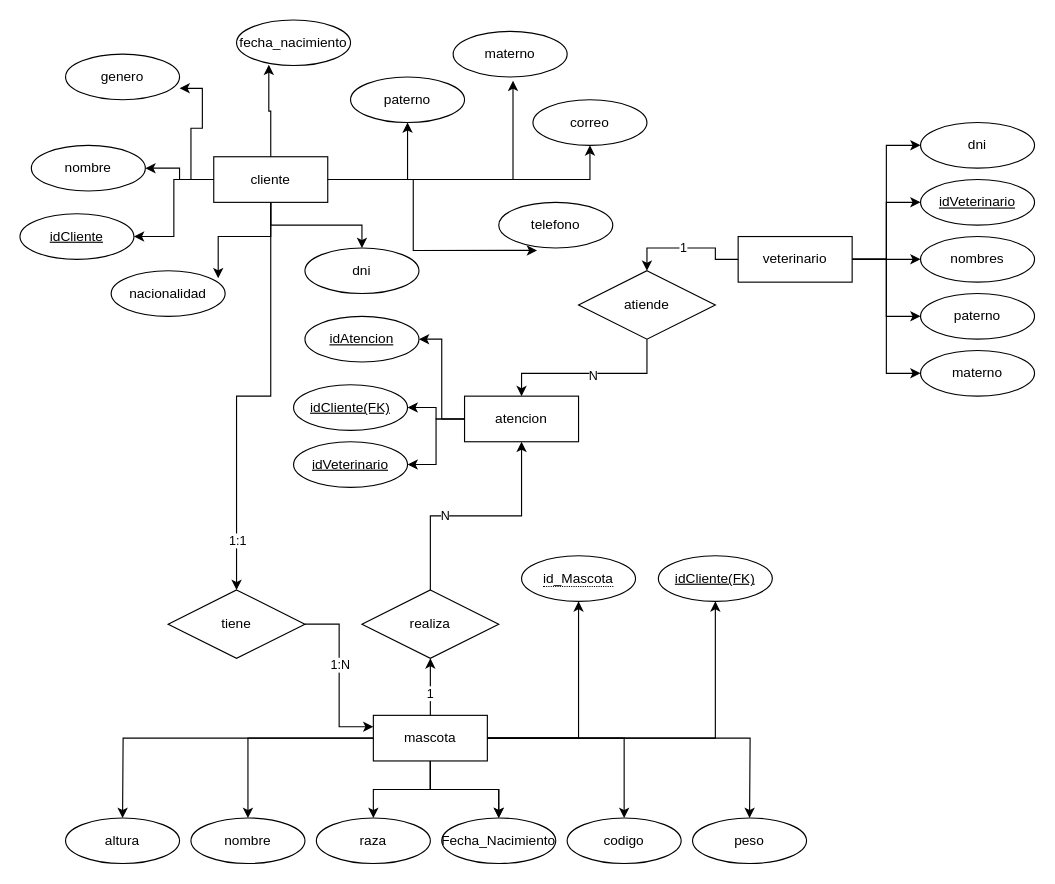
Before: diagrama.drawio in jhosue-pstr/diagrama-Bd, a draw.io diagram. Source tidied: cells renumbered, new cells numbered last; positions are measured from the earlier drawing's top-left corner, leaving out a move shared by most shapes. Both pictures are drawn from the tidied source at 114%, with x=0, y=0 at pixel (19, 19).
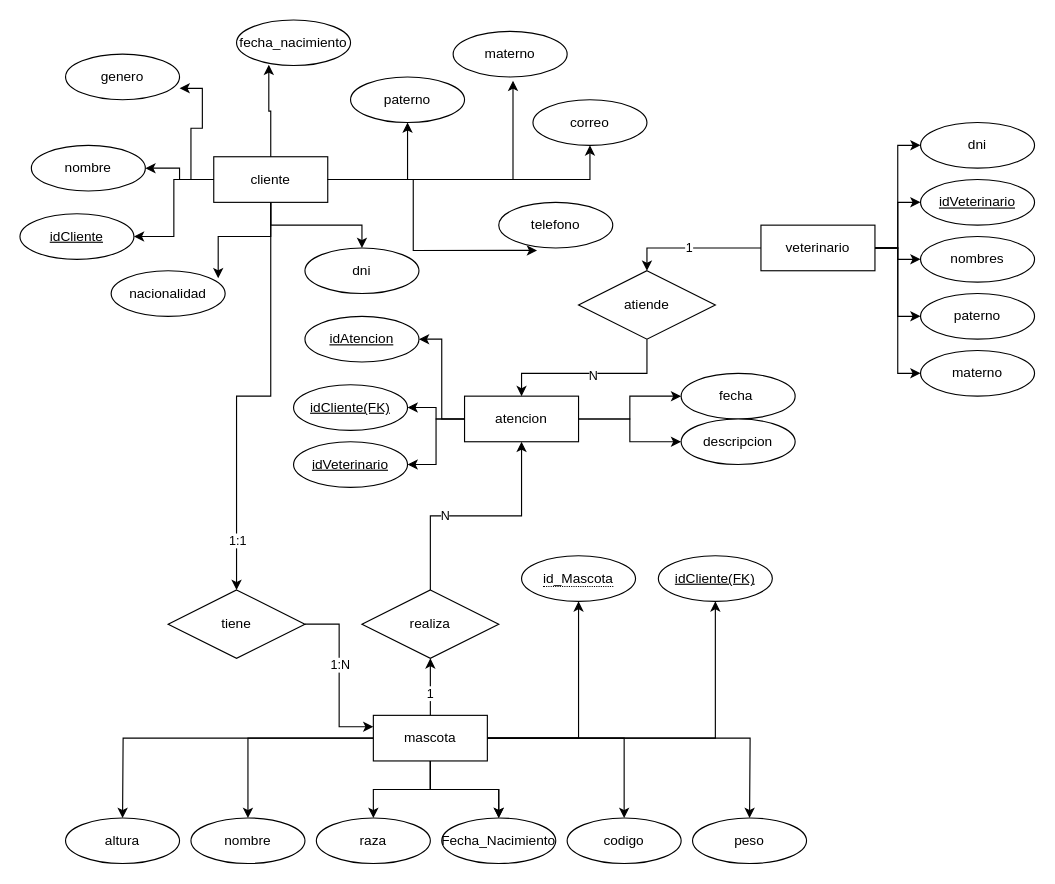
After the change.

The change refers to these unchanged cells:
```xml
<mxCell id="64" value="atencion" style="whiteSpace=wrap;html=1;align=center;" parent="1" vertex="1">
  <mxGeometry x="390" y="330" width="100" height="40" as="geometry" />
</mxCell>
```

What changed in the source:
```diff
@@
     <mxCell id="55" value="veterinario" style="whiteSpace=wrap;html=1;align=center;" parent="1" vertex="1">
-      <mxGeometry x="630" y="190" width="100" height="40" as="geometry" />
+      <mxGeometry x="650" y="180" width="100" height="40" as="geometry" />
     </mxCell>
@@
+    <mxCell id="74" style="edgeStyle=orthogonalEdgeStyle;rounded=0;jettySize=auto;html=1;entryX=0;entryY=0.5;entryDx=0;entryDy=0;" parent="1" edge="1" source="64" target="76">
+      <mxGeometry relative="1" as="geometry" />
+    </mxCell>
+    <mxCell id="75" style="edgeStyle=orthogonalEdgeStyle;rounded=0;jettySize=auto;html=1;entryX=0;entryY=0.5;entryDx=0;entryDy=0;" parent="1" edge="1" source="64" target="77">
+      <mxGeometry relative="1" as="geometry" />
+    </mxCell>
@@
+    <mxCell id="76" value="fecha&amp;nbsp;" style="ellipse;whiteSpace=wrap;html=1;align=center;" parent="1" vertex="1">
+      <mxGeometry x="580" y="310" width="100" height="40" as="geometry" />
+    </mxCell>
+    <mxCell id="77" value="descripcion" style="ellipse;whiteSpace=wrap;html=1;align=center;" parent="1" vertex="1">
+      <mxGeometry x="580" y="350" width="100" height="40" as="geometry" />
+    </mxCell>
```
